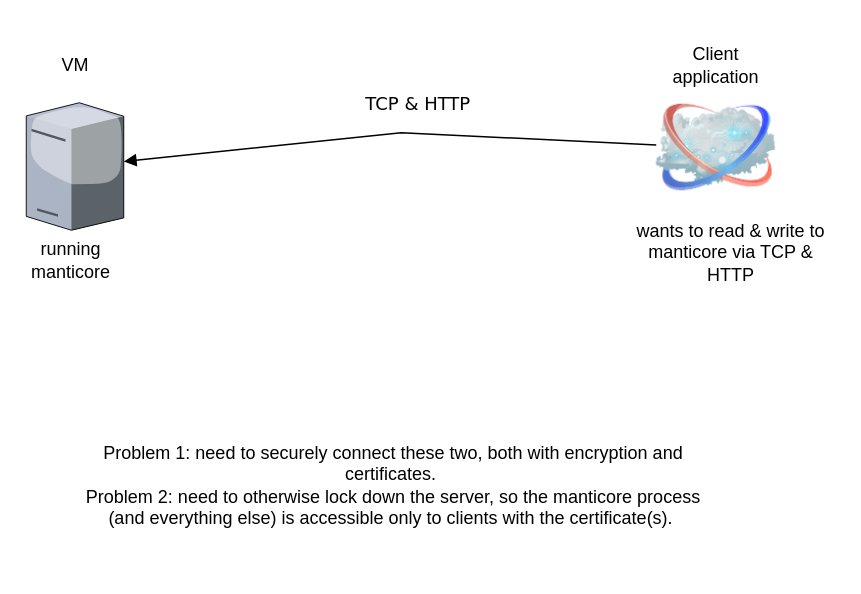
This is Untitled Diagram.drawio from mpr1255/hello, a draw.io file, before an edit. Source tidied: cells renumbered, new cells numbered last; positions are measured from the earlier drawing's top-left corner, leaving out a move shared by most shapes. Both pictures are drawn from the tidied source at 150%, with x=0, y=0 at pixel (26, 42).
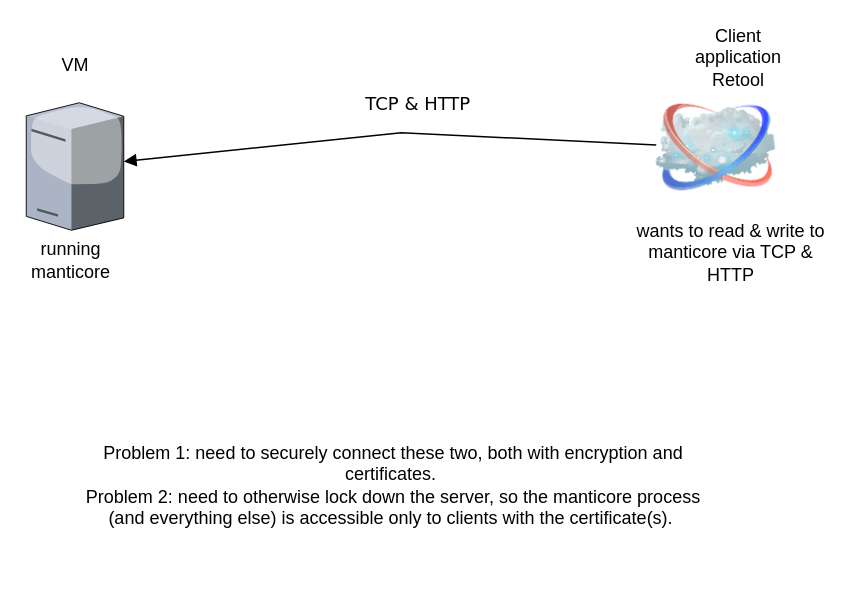
After the change.

Diff of the diagram source:
```diff
@@
 <mxGraphModel>
   <root>
     <mxCell id="0" />
     <mxCell id="1" parent="0" />
     <mxCell id="2" style="verticalLabelPosition=bottom;html=1;verticalAlign=top;strokeColor=none;shape=mxgraph.citrix.tower_server;rounded=0;shadow=0;comic=0;fontFamily=Verdana;" parent="1" vertex="1">
       <mxGeometry y="40" width="65" height="85" as="geometry" />
     </mxCell>
     <mxCell id="3" value="TCP &amp;amp; HTTP" style="edgeStyle=none;rounded=0;html=1;labelBackgroundColor=none;startFill=0;endArrow=block;endFill=1;strokeWidth=1;fontFamily=Verdana;fontSize=12;" parent="1" edge="1" source="4" target="2">
       <mxGeometry x="-0.1" y="-20" relative="1" as="geometry">
         <Array as="points">
           <mxPoint x="250" y="60" />
         </Array>
       </mxGeometry>
     </mxCell>
     <mxCell id="4" style="image;html=1;image=img/lib/clip_art/networking/Cloud_128x128.png;" parent="1" vertex="1">
       <mxGeometry x="420" y="30" width="80" height="80" as="geometry" />
     </mxCell>
     <mxCell id="5" value="VM" style="text;html=1;strokeColor=none;fillColor=none;align=center;verticalAlign=middle;whiteSpace=wrap;rounded=0;" parent="1" vertex="1">
       <mxGeometry x="2.5" width="60" height="30" as="geometry" />
     </mxCell>
-    <mxCell id="6" value="Client application" style="text;html=1;strokeColor=none;fillColor=none;align=center;verticalAlign=middle;whiteSpace=wrap;rounded=0;" parent="1" vertex="1">
-      <mxGeometry x="430" width="60" height="30" as="geometry" />
+    <mxCell id="6" value="Client application Retool" style="text;html=1;strokeColor=none;fillColor=none;align=center;verticalAlign=middle;whiteSpace=wrap;rounded=0;" parent="1" vertex="1">
+      <mxGeometry x="430" width="90" height="20" as="geometry" />
     </mxCell>
     <mxCell id="7" value="running manticore" style="text;html=1;strokeColor=none;fillColor=none;align=center;verticalAlign=middle;whiteSpace=wrap;rounded=0;" parent="1" vertex="1">
       <mxGeometry y="130" width="60" height="30" as="geometry" />
     </mxCell>
     <mxCell id="8" value="wants to read &amp;amp; write to manticore via TCP &amp;amp; HTTP" style="text;html=1;strokeColor=none;fillColor=none;align=center;verticalAlign=middle;whiteSpace=wrap;rounded=0;" parent="1" vertex="1">
       <mxGeometry x="400" y="120" width="140" height="40" as="geometry" />
     </mxCell>
     <mxCell id="9" value="Problem 1: need to securely connect these two, both with encryption and certificates.&amp;nbsp;&lt;br&gt;Problem 2: need to otherwise lock down the server, so the manticore process (and everything else) is accessible only to clients with the certificate(s).&amp;nbsp;" style="text;html=1;strokeColor=none;fillColor=none;align=center;verticalAlign=middle;whiteSpace=wrap;rounded=0;" parent="1" vertex="1">
       <mxGeometry x="30" y="240" width="430" height="110" as="geometry" />
     </mxCell>
   </root>
 </mxGraphModel>
```
